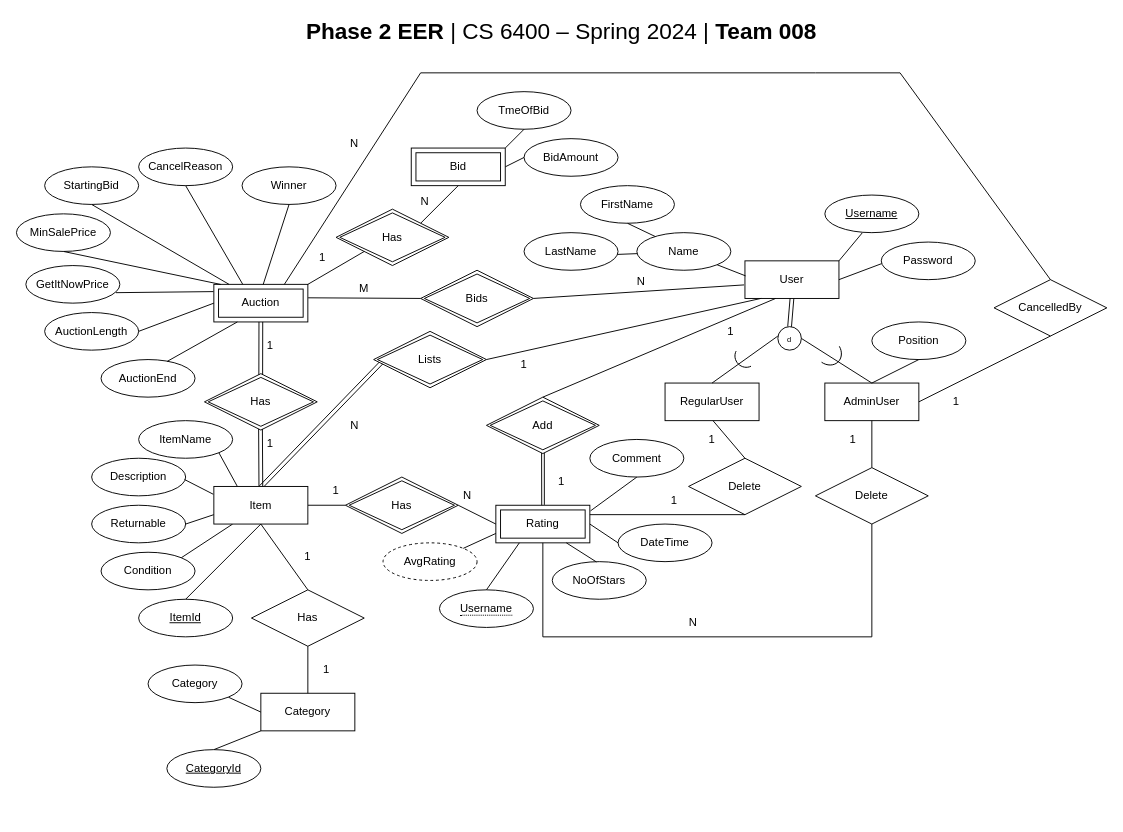
Above: Phase_2/EER/eer_jnaranjo9.drawio in leileili1010/Buzzbid (draw.io), before the change. Source tidied: cells renumbered, new cells numbered last; positions are measured from the earlier drawing's top-left corner, leaving out a move shared by most shapes. Both pictures are drawn from the tidied source at 94%, with x=0, y=0 at pixel (16, 16).
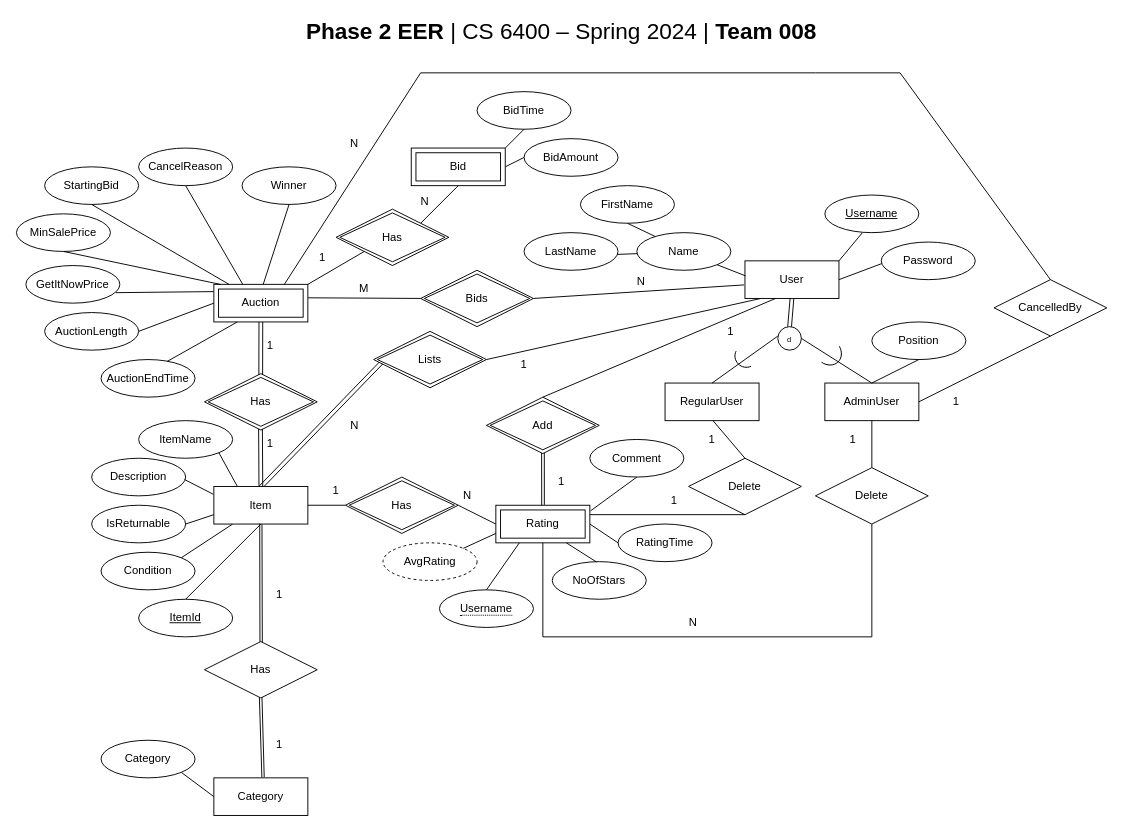
The same page after the edit.

Commit message (it also covers changes not shown here):
Update EER column names; add schema SQL file

Unchanged cells that the change refers to:
```xml
<mxCell id="103" value="Item" style="whiteSpace=wrap;html=1;align=center;" parent="1" vertex="1">
  <mxGeometry x="210" y="500" width="100" height="40" as="geometry" />
</mxCell>
```

What changed in the source:
```diff
@@
-    <mxCell id="20" value="Returnable" style="ellipse;whiteSpace=wrap;html=1;align=center;" parent="1" vertex="1">
+    <mxCell id="20" value="IsReturnable" style="ellipse;whiteSpace=wrap;html=1;align=center;" parent="1" vertex="1">
       <mxGeometry x="80" y="520" width="100" height="40" as="geometry" />
     </mxCell>
@@
-    <mxCell id="24" value="AuctionEnd" style="ellipse;whiteSpace=wrap;html=1;align=center;" parent="1" vertex="1">
+    <mxCell id="24" value="AuctionEndTime" style="ellipse;whiteSpace=wrap;html=1;align=center;" parent="1" vertex="1">
       <mxGeometry x="90" y="365" width="100" height="40" as="geometry" />
     </mxCell>
@@
-    <mxCell id="51" value="TmeOfBid" style="ellipse;whiteSpace=wrap;html=1;align=center;" parent="1" vertex="1">
+    <mxCell id="51" value="BidTime" style="ellipse;whiteSpace=wrap;html=1;align=center;" parent="1" vertex="1">
       <mxGeometry x="490" y="80" width="100" height="40" as="geometry" />
     </mxCell>
@@
-    <mxCell id="70" value="DateTime" style="ellipse;whiteSpace=wrap;html=1;align=center;" parent="1" vertex="1">
+    <mxCell id="70" value="RatingTime" style="ellipse;whiteSpace=wrap;html=1;align=center;" parent="1" vertex="1">
       <mxGeometry x="640" y="540" width="100" height="40" as="geometry" />
     </mxCell>
@@
     <mxCell id="115" value="Has" style="shape=rhombus;perimeter=rhombusPerimeter;whiteSpace=wrap;html=1;align=center;" parent="1" vertex="1">
-      <mxGeometry x="250" y="610" width="120" height="60" as="geometry" />
+      <mxGeometry x="200" y="665" width="120" height="60" as="geometry" />
     </mxCell>
     <mxCell id="116" value="Category" style="whiteSpace=wrap;html=1;align=center;" parent="1" vertex="1">
-      <mxGeometry x="260" y="720" width="100" height="40" as="geometry" />
+      <mxGeometry x="210" y="810" width="100" height="40" as="geometry" />
     </mxCell>
-    <mxCell id="117" style="endArrow=none;html=1;rounded=0;entryX=0.5;entryY=1;entryDx=0;entryDy=0;" parent="1" edge="1" target="103">
-      <mxGeometry relative="1" as="geometry">
-        <mxPoint x="310" y="610" as="sourcePoint" />
-      </mxGeometry>
+    <mxCell id="117" style="endArrow=none;html=1;rounded=0;entryX=0.488;entryY=0.989;entryDx=0;entryDy=0;exitX=0.492;exitY=0.006;exitDx=0;exitDy=0;exitPerimeter=0;entryPerimeter=0;" parent="1" edge="1" source="115" target="103">
+      <mxGeometry relative="1" as="geometry" />
     </mxCell>
-    <mxCell id="118" style="endArrow=none;html=1;rounded=0;entryX=0.5;entryY=1;entryDx=0;entryDy=0;exitX=0.5;exitY=0;exitDx=0;exitDy=0;" parent="1" edge="1" source="116" target="115">
+    <mxCell id="118" style="endArrow=none;html=1;rounded=0;entryX=0.51;entryY=0.992;entryDx=0;entryDy=0;exitX=0.536;exitY=-0.016;exitDx=0;exitDy=0;entryPerimeter=0;exitPerimeter=0;" parent="1" edge="1" source="116" target="115">
       <mxGeometry relative="1" as="geometry" />
     </mxCell>
@@
     <mxCell id="120" value="Category" style="ellipse;whiteSpace=wrap;html=1;align=center;" parent="1" vertex="1">
-      <mxGeometry x="140" y="690" width="100" height="40" as="geometry" />
+      <mxGeometry x="90" y="770" width="100" height="40" as="geometry" />
     </mxCell>
     <mxCell id="121" value="1" style="text;html=1;align=center;verticalAlign=middle;whiteSpace=wrap;rounded=0;" parent="1" vertex="1">
-      <mxGeometry x="300" y="680" width="60" height="30" as="geometry" />
+      <mxGeometry x="250" y="760" width="60" height="30" as="geometry" />
     </mxCell>
     <mxCell id="122" value="1" style="text;html=1;align=center;verticalAlign=middle;whiteSpace=wrap;rounded=0;" parent="1" vertex="1">
-      <mxGeometry x="280" y="560" width="60" height="30" as="geometry" />
+      <mxGeometry x="250" y="600" width="60" height="30" as="geometry" />
     </mxCell>
-    <mxCell id="123" style="endArrow=none;html=1;rounded=0;entryX=0;entryY=1;entryDx=0;entryDy=0;exitX=0.5;exitY=0;exitDx=0;exitDy=0;" parent="1" edge="1" source="124" target="116">
-      <mxGeometry relative="1" as="geometry" />
-    </mxCell>
-    <mxCell id="124" value="CategoryId" style="ellipse;whiteSpace=wrap;html=1;align=center;fontStyle=4;" parent="1" vertex="1">
-      <mxGeometry x="160" y="780" width="100" height="40" as="geometry" />
-    </mxCell>
+    <mxCell id="125" style="endArrow=none;html=1;rounded=0;entryX=0.512;entryY=1.007;entryDx=0;entryDy=0;entryPerimeter=0;exitX=0.513;exitY=0.013;exitDx=0;exitDy=0;exitPerimeter=0;" parent="1" edge="1" source="115" target="103">
+      <mxGeometry relative="1" as="geometry" />
+    </mxCell>
+    <mxCell id="126" style="endArrow=none;html=1;rounded=0;entryX=0.487;entryY=0.991;entryDx=0;entryDy=0;entryPerimeter=0;exitX=0.511;exitY=-0.008;exitDx=0;exitDy=0;exitPerimeter=0;" parent="1" edge="1" source="116" target="115">
+      <mxGeometry relative="1" as="geometry" />
+    </mxCell>
```
